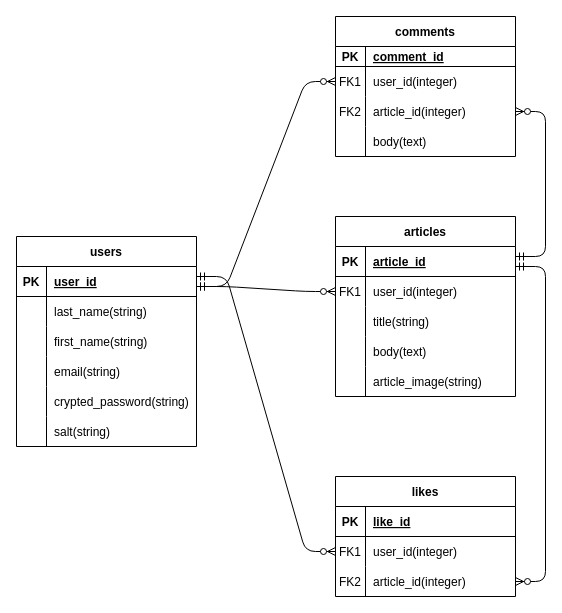
nao52/team_development_app keeps this draw.io diagram as db/er.dio. Above is the earlier version. Source tidied: cells renumbered, new cells numbered last; positions are measured from the earlier drawing's top-left corner, leaving out a move shared by most shapes. Both pictures are drawn from the tidied source at 100%, with x=0, y=0 at pixel (16, 16).
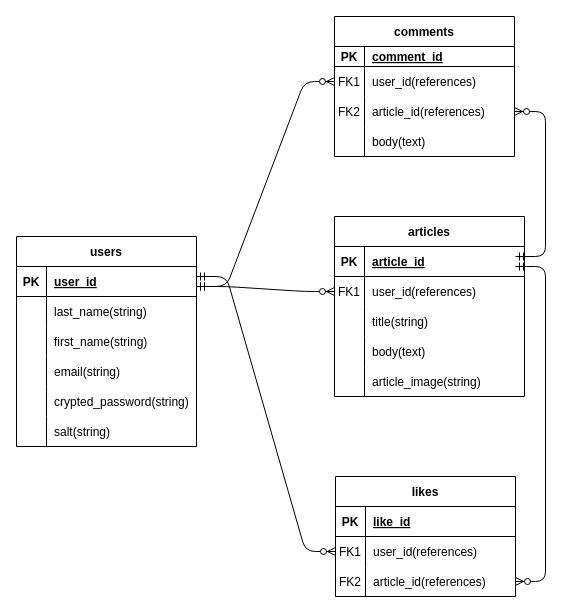
The same diagram, later.

Commit message:
ER図の作成 / 外部キー型を[references]に変更

Unchanged cells that the change refers to:
```xml
<mxCell id="41" style="shape=tableRow;horizontal=0;startSize=0;swimlaneHead=0;swimlaneBody=0;fillColor=none;points=[[0,0.5],[1,0.5]];portConstraint=eastwest;top=0;left=0;right=0;bottom=0;" parent="37" vertex="1">
  <mxGeometry y="50" width="180" height="30" as="geometry" />
</mxCell>
<mxCell id="44" style="shape=tableRow;horizontal=0;startSize=0;swimlaneHead=0;swimlaneBody=0;fillColor=none;points=[[0,0.5],[1,0.5]];portConstraint=eastwest;top=0;left=0;right=0;bottom=0;" parent="37" vertex="1">
  <mxGeometry y="80" width="180" height="30" as="geometry" />
</mxCell>
<mxCell id="54" style="shape=tableRow;horizontal=0;startSize=0;swimlaneHead=0;swimlaneBody=0;fillColor=none;points=[[0,0.5],[1,0.5]];portConstraint=eastwest;top=0;left=0;right=0;bottom=0;" parent="50" vertex="1">
  <mxGeometry y="60" width="180" height="30" as="geometry" />
</mxCell>
<mxCell id="57" style="shape=tableRow;horizontal=0;startSize=0;swimlaneHead=0;swimlaneBody=0;fillColor=none;points=[[0,0.5],[1,0.5]];portConstraint=eastwest;top=0;left=0;right=0;bottom=0;" parent="50" vertex="1">
  <mxGeometry y="90" width="180" height="30" as="geometry" />
</mxCell>
```

Change to the diagram source:
```diff
@@
     <mxCell id="21" value="articles" style="shape=table;startSize=30;childLayout=tableLayout;rowLines=0;fontStyle=1;align=center;" parent="1" vertex="1">
-      <mxGeometry x="319" y="200" width="180" height="180" as="geometry" />
+      <mxGeometry x="318" y="200" width="190" height="180" as="geometry" />
     </mxCell>
     <mxCell id="22" style="shape=tableRow;horizontal=0;startSize=0;swimlaneHead=0;swimlaneBody=0;fillColor=none;top=0;left=0;right=0;bottom=1;" parent="21" vertex="1">
-      <mxGeometry y="30" width="180" height="30" as="geometry" />
+      <mxGeometry y="30" width="190" height="30" as="geometry" />
     </mxCell>
@@
     <mxCell id="24" value="article_id" style="shape=partialRectangle;fillColor=none;top=0;left=0;bottom=0;right=0;align=left;spacingLeft=6;fontStyle=5;overflow=hidden;" parent="22" vertex="1">
-      <mxGeometry x="30" width="150" height="30" as="geometry" />
+      <mxGeometry x="30" width="160" height="30" as="geometry" />
     </mxCell>
     <mxCell id="25" style="shape=tableRow;horizontal=0;startSize=0;swimlaneHead=0;swimlaneBody=0;fillColor=none;points=[[0,0.5],[1,0.5]];portConstraint=eastwest;top=0;left=0;right=0;bottom=0;" parent="21" vertex="1">
-      <mxGeometry y="60" width="180" height="30" as="geometry" />
+      <mxGeometry y="60" width="190" height="30" as="geometry" />
     </mxCell>
@@
-    <mxCell id="27" value="user_id(integer)" style="shape=partialRectangle;fillColor=none;top=0;left=0;bottom=0;right=0;align=left;spacingLeft=6;overflow=hidden;" parent="25" vertex="1">
-      <mxGeometry x="30" width="150" height="30" as="geometry" />
+    <mxCell id="27" value="user_id(references)" style="shape=partialRectangle;fillColor=none;top=0;left=0;bottom=0;right=0;align=left;spacingLeft=6;overflow=hidden;" parent="25" vertex="1">
+      <mxGeometry x="30" width="160" height="30" as="geometry" />
     </mxCell>
     <mxCell id="28" style="shape=tableRow;horizontal=0;startSize=0;swimlaneHead=0;swimlaneBody=0;fillColor=none;top=0;left=0;right=0;bottom=0;" parent="21" vertex="1">
-      <mxGeometry y="90" width="180" height="30" as="geometry" />
+      <mxGeometry y="90" width="190" height="30" as="geometry" />
     </mxCell>
@@
     <mxCell id="30" value="title(string)" style="shape=partialRectangle;fillColor=none;top=0;left=0;bottom=0;right=0;align=left;spacingLeft=6;overflow=hidden;" parent="28" vertex="1">
-      <mxGeometry x="30" width="150" height="30" as="geometry" />
+      <mxGeometry x="30" width="160" height="30" as="geometry" />
     </mxCell>
     <mxCell id="31" style="shape=tableRow;horizontal=0;startSize=0;swimlaneHead=0;swimlaneBody=0;fillColor=none;top=0;left=0;right=0;bottom=0;" parent="21" vertex="1">
-      <mxGeometry y="120" width="180" height="30" as="geometry" />
+      <mxGeometry y="120" width="190" height="30" as="geometry" />
     </mxCell>
@@
     <mxCell id="33" value="body(text)" style="shape=partialRectangle;fillColor=none;top=0;left=0;bottom=0;right=0;align=left;spacingLeft=6;overflow=hidden;" parent="31" vertex="1">
-      <mxGeometry x="30" width="150" height="30" as="geometry" />
+      <mxGeometry x="30" width="160" height="30" as="geometry" />
     </mxCell>
     <mxCell id="34" style="shape=tableRow;horizontal=0;startSize=0;swimlaneHead=0;swimlaneBody=0;fillColor=none;top=0;left=0;right=0;bottom=0;" parent="21" vertex="1">
-      <mxGeometry y="150" width="180" height="30" as="geometry" />
+      <mxGeometry y="150" width="190" height="30" as="geometry" />
     </mxCell>
@@
     <mxCell id="36" value="article_image(string)" style="shape=partialRectangle;fillColor=none;top=0;left=0;bottom=0;right=0;align=left;spacingLeft=6;overflow=hidden;" parent="34" vertex="1">
-      <mxGeometry x="30" width="150" height="30" as="geometry" />
+      <mxGeometry x="30" width="160" height="30" as="geometry" />
     </mxCell>
     <mxCell id="37" value="comments" style="shape=table;startSize=30;childLayout=tableLayout;rowLines=0;fontStyle=1;align=center;" parent="1" vertex="1">
-      <mxGeometry x="319" width="180" height="140" as="geometry" />
+      <mxGeometry x="318" width="180" height="140" as="geometry" />
     </mxCell>
@@
-    <mxCell id="43" value="user_id(integer)" style="shape=partialRectangle;fillColor=none;top=0;left=0;bottom=0;right=0;align=left;spacingLeft=6;overflow=hidden;" parent="41" vertex="1">
+    <mxCell id="43" value="user_id(references)" style="shape=partialRectangle;fillColor=none;top=0;left=0;bottom=0;right=0;align=left;spacingLeft=6;overflow=hidden;" parent="41" vertex="1">
       <mxGeometry x="30" width="150" height="30" as="geometry" />
     </mxCell>
@@
-    <mxCell id="46" value="article_id(integer)" style="shape=partialRectangle;fillColor=none;top=0;left=0;bottom=0;right=0;align=left;spacingLeft=6;overflow=hidden;" parent="44" vertex="1">
+    <mxCell id="46" value="article_id(references)" style="shape=partialRectangle;fillColor=none;top=0;left=0;bottom=0;right=0;align=left;spacingLeft=6;overflow=hidden;" parent="44" vertex="1">
       <mxGeometry x="30" width="150" height="30" as="geometry" />
     </mxCell>
@@
-    <mxCell id="56" value="user_id(integer)" style="shape=partialRectangle;fillColor=none;top=0;left=0;bottom=0;right=0;align=left;spacingLeft=6;overflow=hidden;" parent="54" vertex="1">
+    <mxCell id="56" value="user_id(references)" style="shape=partialRectangle;fillColor=none;top=0;left=0;bottom=0;right=0;align=left;spacingLeft=6;overflow=hidden;" parent="54" vertex="1">
       <mxGeometry x="30" width="150" height="30" as="geometry" />
     </mxCell>
@@
-    <mxCell id="59" value="article_id(integer)" style="shape=partialRectangle;fillColor=none;top=0;left=0;bottom=0;right=0;align=left;spacingLeft=6;overflow=hidden;" parent="57" vertex="1">
+    <mxCell id="59" value="article_id(references)" style="shape=partialRectangle;fillColor=none;top=0;left=0;bottom=0;right=0;align=left;spacingLeft=6;overflow=hidden;" parent="57" vertex="1">
       <mxGeometry x="30" width="150" height="30" as="geometry" />
     </mxCell>
```
